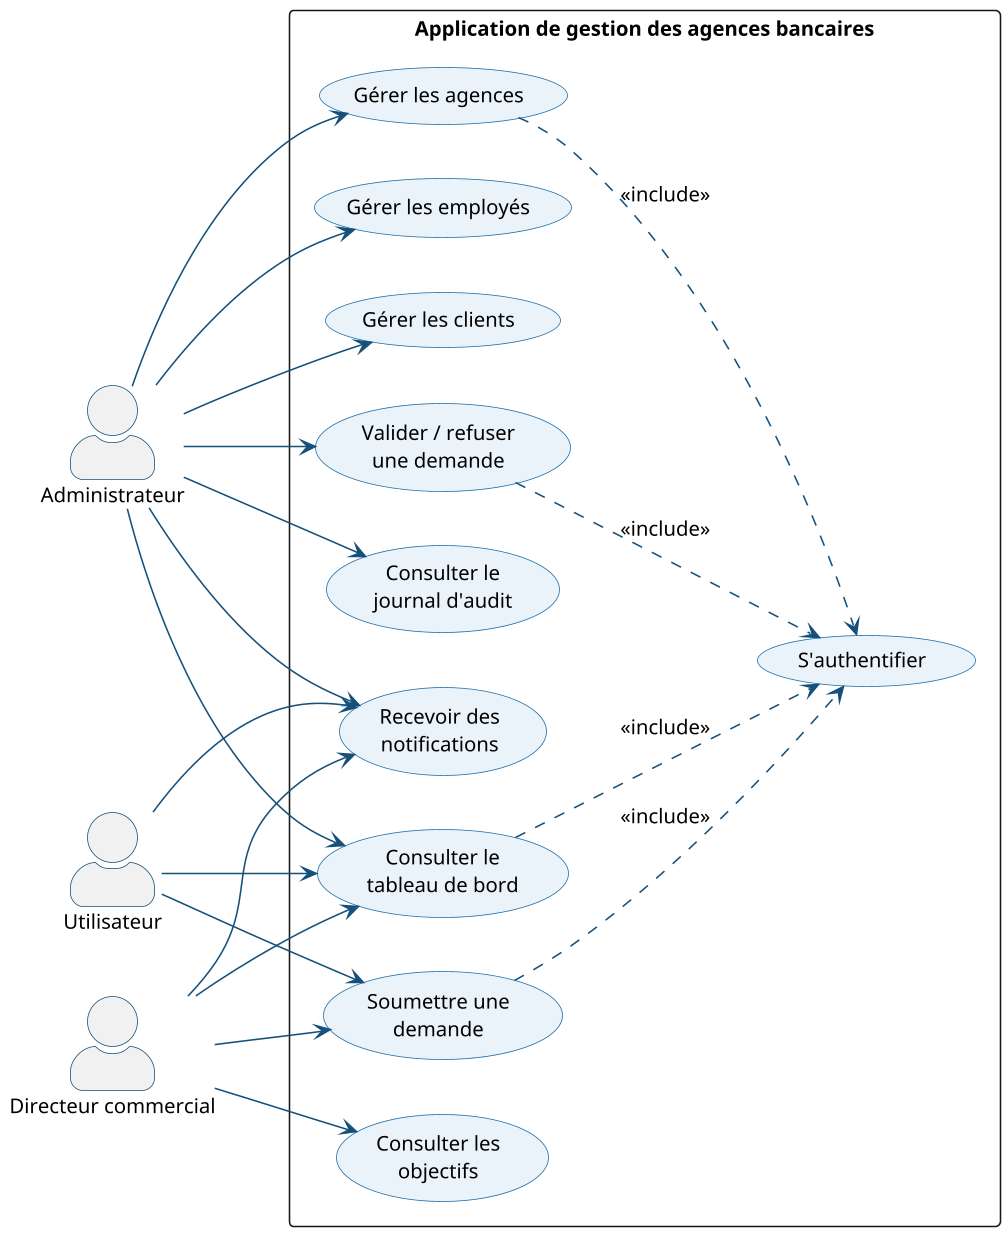
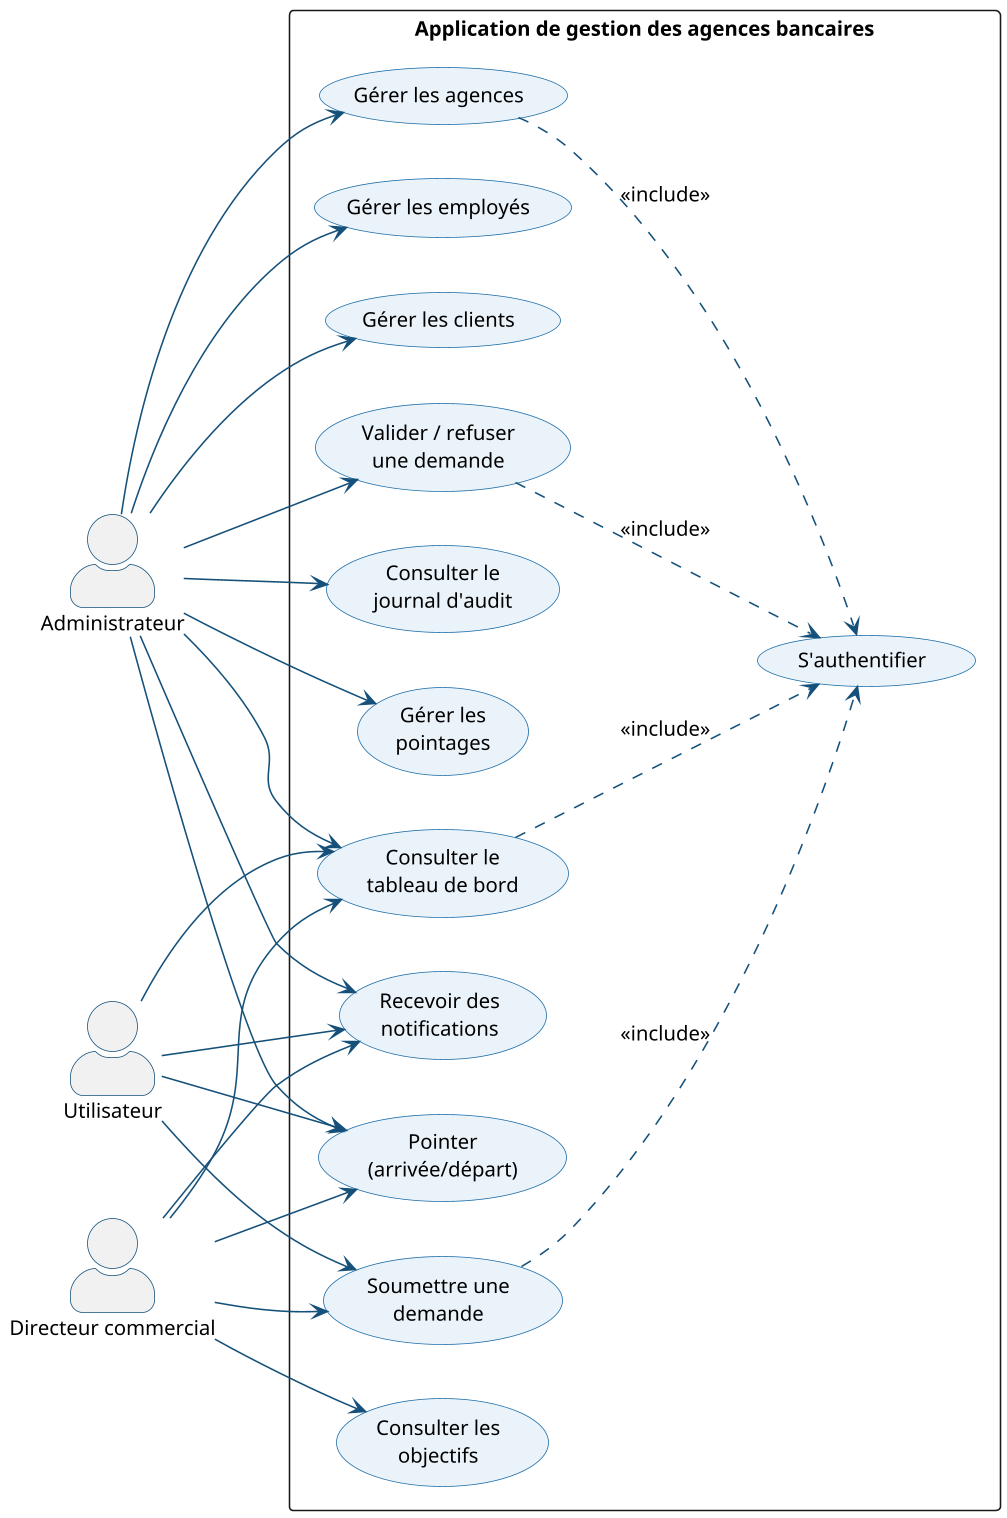
@startuml

skinparam dpi 150
skinparam shadowing false
skinparam DefaultFontName Arial
skinparam DefaultFontSize 13
skinparam ArrowColor #14507A
skinparam roundCorner 6

left to right direction
skinparam packageStyle rectangle
skinparam actorStyle awesome
skinparam usecaseBackgroundColor #EAF3FA
skinparam usecaseBorderColor #1B6CA8
skinparam actorBorderColor #14507A
actor "Administrateur" as ADM
actor "Directeur commercial" as DIR
actor "Utilisateur" as USR
rectangle "Application de gestion des agences bancaires" {
  usecase "S'authentifier" as UC0
  usecase "Consulter le\ntableau de bord" as UC1
  usecase "Gérer les agences" as UC2
  usecase "Gérer les employés" as UC3
  usecase "Gérer les clients" as UC4
  usecase "Consulter les\nobjectifs" as UC5
  usecase "Soumettre une\ndemande" as UC6
  usecase "Valider / refuser\nune demande" as UC7
  usecase "Consulter le\njournal d'audit" as UC8
  usecase "Recevoir des\nnotifications" as UC9
+   usecase "Pointer\n(arrivée/départ)" as UC10
+   usecase "Gérer les\npointages" as UC11
}
ADM --> UC1
ADM --> UC2
ADM --> UC3
ADM --> UC4
ADM --> UC7
ADM --> UC8
ADM --> UC9
DIR --> UC1
DIR --> UC5
DIR --> UC6
DIR --> UC9
USR --> UC1
USR --> UC6
USR --> UC9
+ ADM --> UC10
+ DIR --> UC10
+ USR --> UC10
+ ADM --> UC11
UC1 ..> UC0 : <<include>>
UC2 ..> UC0 : <<include>>
UC6 ..> UC0 : <<include>>
UC7 ..> UC0 : <<include>>
@enduml
